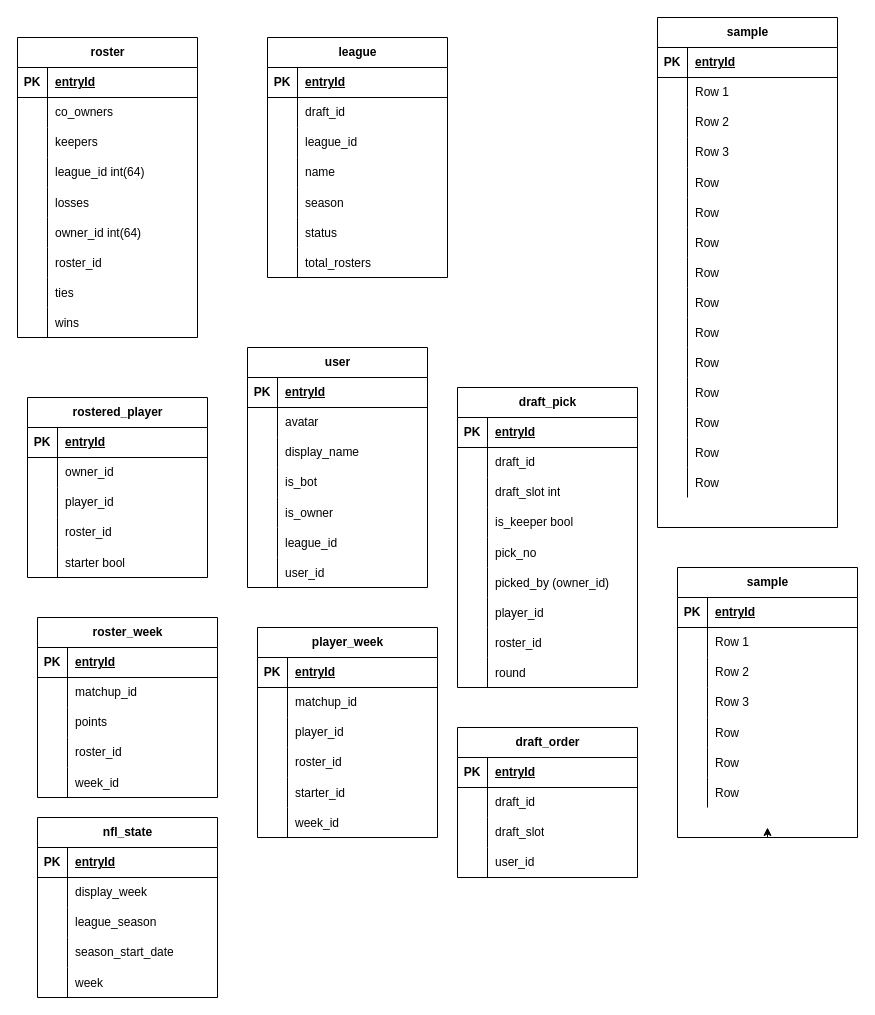
Above: page "Sleeper Data" (1 of 2) of ERM.drawio in AustinPuckett/SleeperPipeline (draw.io), before the change. Source tidied: cells renumbered, new cells numbered last; positions are measured from the earlier drawing's top-left corner, leaving out a move shared by most shapes. Both pictures are drawn from the tidied source at 100%, with x=0, y=0 at pixel (17, 17).
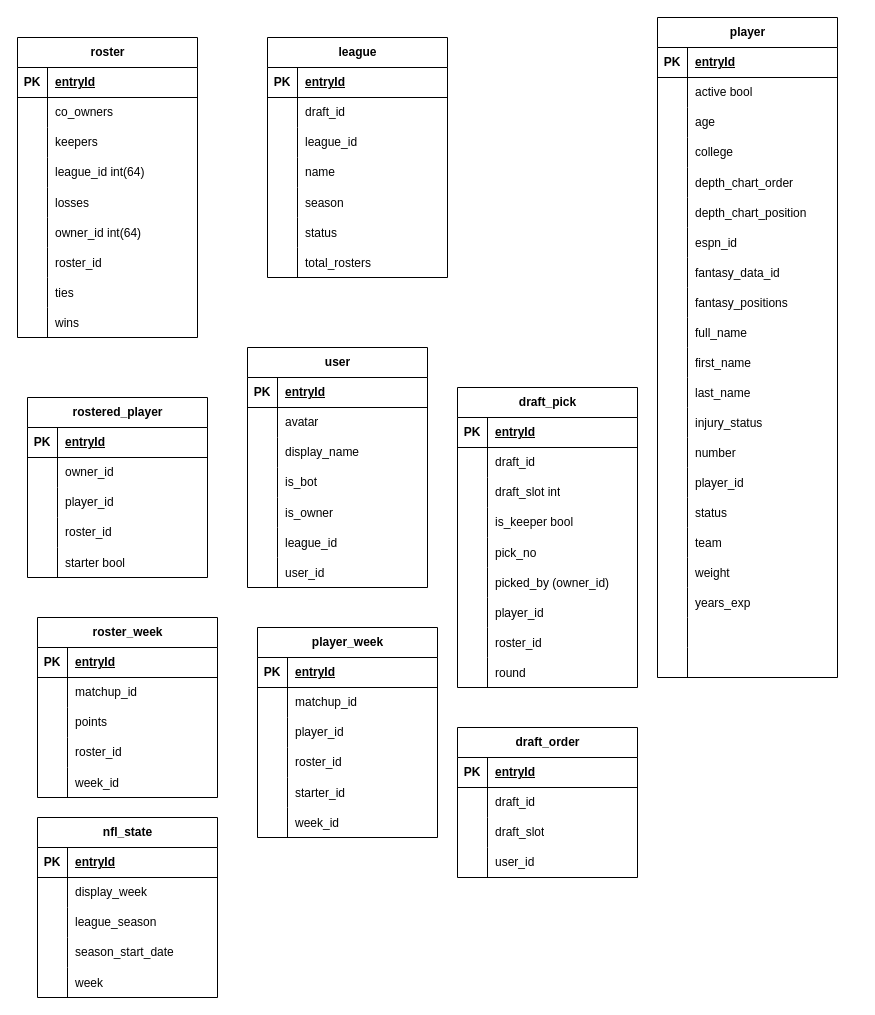
After the change.

The change refers to these unchanged cells:
```xml
<mxCell id="34" style="shape=tableRow;horizontal=0;startSize=0;swimlaneHead=0;swimlaneBody=0;fillColor=none;top=0;left=0;right=0;bottom=0;" parent="30" vertex="1">
  <mxGeometry y="60" width="180" height="30" as="geometry" />
</mxCell>
<mxCell id="37" style="shape=tableRow;horizontal=0;startSize=0;swimlaneHead=0;swimlaneBody=0;fillColor=none;top=0;left=0;right=0;bottom=0;" parent="30" vertex="1">
  <mxGeometry y="90" width="180" height="30" as="geometry" />
</mxCell>
<mxCell id="40" style="shape=tableRow;horizontal=0;startSize=0;swimlaneHead=0;swimlaneBody=0;fillColor=none;top=0;left=0;right=0;bottom=0;" parent="30" vertex="1">
  <mxGeometry y="120" width="180" height="30" as="geometry" />
</mxCell>
<mxCell id="43" style="shape=tableRow;horizontal=0;startSize=0;swimlaneHead=0;swimlaneBody=0;fillColor=none;top=0;left=0;right=0;bottom=0;" parent="30" vertex="1">
  <mxGeometry y="150" width="180" height="30" as="geometry" />
</mxCell>
<mxCell id="46" style="shape=tableRow;horizontal=0;startSize=0;swimlaneHead=0;swimlaneBody=0;fillColor=none;top=0;left=0;right=0;bottom=0;" parent="30" vertex="1">
  <mxGeometry y="180" width="180" height="30" as="geometry" />
</mxCell>
<mxCell id="49" style="shape=tableRow;horizontal=0;startSize=0;swimlaneHead=0;swimlaneBody=0;fillColor=none;top=0;left=0;right=0;bottom=0;" parent="30" vertex="1">
  <mxGeometry y="210" width="180" height="30" as="geometry" />
</mxCell>
<mxCell id="52" style="shape=tableRow;horizontal=0;startSize=0;swimlaneHead=0;swimlaneBody=0;fillColor=none;top=0;left=0;right=0;bottom=0;" parent="30" vertex="1">
  <mxGeometry y="240" width="180" height="30" as="geometry" />
</mxCell>
<mxCell id="55" style="shape=tableRow;horizontal=0;startSize=0;swimlaneHead=0;swimlaneBody=0;fillColor=none;top=0;left=0;right=0;bottom=0;" parent="30" vertex="1">
  <mxGeometry y="270" width="180" height="30" as="geometry" />
</mxCell>
<mxCell id="58" style="shape=tableRow;horizontal=0;startSize=0;swimlaneHead=0;swimlaneBody=0;fillColor=none;top=0;left=0;right=0;bottom=0;" parent="30" vertex="1">
  <mxGeometry y="300" width="180" height="30" as="geometry" />
</mxCell>
<mxCell id="61" style="shape=tableRow;horizontal=0;startSize=0;swimlaneHead=0;swimlaneBody=0;fillColor=none;top=0;left=0;right=0;bottom=0;" parent="30" vertex="1">
  <mxGeometry y="330" width="180" height="30" as="geometry" />
</mxCell>
<mxCell id="64" style="shape=tableRow;horizontal=0;startSize=0;swimlaneHead=0;swimlaneBody=0;fillColor=none;top=0;left=0;right=0;bottom=0;" parent="30" vertex="1">
  <mxGeometry y="360" width="180" height="30" as="geometry" />
</mxCell>
<mxCell id="67" style="shape=tableRow;horizontal=0;startSize=0;swimlaneHead=0;swimlaneBody=0;fillColor=none;top=0;left=0;right=0;bottom=0;" parent="30" vertex="1">
  <mxGeometry y="390" width="180" height="30" as="geometry" />
</mxCell>
<mxCell id="70" style="shape=tableRow;horizontal=0;startSize=0;swimlaneHead=0;swimlaneBody=0;fillColor=none;top=0;left=0;right=0;bottom=0;" parent="30" vertex="1">
  <mxGeometry y="420" width="180" height="30" as="geometry" />
</mxCell>
<mxCell id="73" style="shape=tableRow;horizontal=0;startSize=0;swimlaneHead=0;swimlaneBody=0;fillColor=none;top=0;left=0;right=0;bottom=0;" parent="30" vertex="1">
  <mxGeometry y="450" width="180" height="30" as="geometry" />
</mxCell>
```

Change to the diagram source:
```diff
@@
-    <mxCell id="30" value="sample" style="shape=table;startSize=30;childLayout=tableLayout;rowLines=0;fontStyle=1;align=center;html=1;" parent="1" vertex="1">
-      <mxGeometry x="640" width="180" height="510" as="geometry" />
+    <mxCell id="30" value="player" style="shape=table;startSize=30;childLayout=tableLayout;rowLines=0;fontStyle=1;align=center;html=1;" parent="1" vertex="1">
+      <mxGeometry x="640" width="180" height="660" as="geometry" />
     </mxCell>
@@
-    <mxCell id="36" value="Row 1" style="shape=partialRectangle;fillColor=none;top=0;left=0;bottom=0;right=0;align=left;spacingLeft=6;overflow=hidden;whiteSpace=wrap;html=1;" parent="34" vertex="1">
+    <mxCell id="36" value="active bool" style="shape=partialRectangle;fillColor=none;top=0;left=0;bottom=0;right=0;align=left;spacingLeft=6;overflow=hidden;whiteSpace=wrap;html=1;" parent="34" vertex="1">
       <mxGeometry x="30" width="150" height="30" as="geometry" />
     </mxCell>
@@
-    <mxCell id="39" value="Row 2" style="shape=partialRectangle;fillColor=none;top=0;left=0;bottom=0;right=0;align=left;spacingLeft=6;overflow=hidden;whiteSpace=wrap;html=1;" parent="37" vertex="1">
+    <mxCell id="39" value="age" style="shape=partialRectangle;fillColor=none;top=0;left=0;bottom=0;right=0;align=left;spacingLeft=6;overflow=hidden;whiteSpace=wrap;html=1;" parent="37" vertex="1">
       <mxGeometry x="30" width="150" height="30" as="geometry" />
     </mxCell>
@@
-    <mxCell id="42" value="Row 3" style="shape=partialRectangle;fillColor=none;top=0;left=0;bottom=0;right=0;align=left;spacingLeft=6;overflow=hidden;whiteSpace=wrap;html=1;" parent="40" vertex="1">
+    <mxCell id="42" value="college" style="shape=partialRectangle;fillColor=none;top=0;left=0;bottom=0;right=0;align=left;spacingLeft=6;overflow=hidden;whiteSpace=wrap;html=1;" parent="40" vertex="1">
       <mxGeometry x="30" width="150" height="30" as="geometry" />
     </mxCell>
@@
-    <mxCell id="45" value="Row" style="shape=partialRectangle;fillColor=none;top=0;left=0;bottom=0;right=0;align=left;spacingLeft=6;overflow=hidden;" parent="43" vertex="1">
+    <mxCell id="45" value="depth_chart_order" style="shape=partialRectangle;fillColor=none;top=0;left=0;bottom=0;right=0;align=left;spacingLeft=6;overflow=hidden;" parent="43" vertex="1">
       <mxGeometry x="30" width="150" height="30" as="geometry" />
     </mxCell>
@@
-    <mxCell id="48" value="Row" style="shape=partialRectangle;fillColor=none;top=0;left=0;bottom=0;right=0;align=left;spacingLeft=6;overflow=hidden;" parent="46" vertex="1">
+    <mxCell id="48" value="depth_chart_position" style="shape=partialRectangle;fillColor=none;top=0;left=0;bottom=0;right=0;align=left;spacingLeft=6;overflow=hidden;" parent="46" vertex="1">
       <mxGeometry x="30" width="150" height="30" as="geometry" />
     </mxCell>
@@
-    <mxCell id="51" value="Row" style="shape=partialRectangle;fillColor=none;top=0;left=0;bottom=0;right=0;align=left;spacingLeft=6;overflow=hidden;" parent="49" vertex="1">
+    <mxCell id="51" value="espn_id" style="shape=partialRectangle;fillColor=none;top=0;left=0;bottom=0;right=0;align=left;spacingLeft=6;overflow=hidden;" parent="49" vertex="1">
       <mxGeometry x="30" width="150" height="30" as="geometry" />
     </mxCell>
@@
-    <mxCell id="54" value="Row" style="shape=partialRectangle;fillColor=none;top=0;left=0;bottom=0;right=0;align=left;spacingLeft=6;overflow=hidden;" parent="52" vertex="1">
+    <mxCell id="54" value="fantasy_data_id" style="shape=partialRectangle;fillColor=none;top=0;left=0;bottom=0;right=0;align=left;spacingLeft=6;overflow=hidden;" parent="52" vertex="1">
       <mxGeometry x="30" width="150" height="30" as="geometry" />
     </mxCell>
@@
-    <mxCell id="57" value="Row" style="shape=partialRectangle;fillColor=none;top=0;left=0;bottom=0;right=0;align=left;spacingLeft=6;overflow=hidden;" parent="55" vertex="1">
+    <mxCell id="57" value="fantasy_positions" style="shape=partialRectangle;fillColor=none;top=0;left=0;bottom=0;right=0;align=left;spacingLeft=6;overflow=hidden;" parent="55" vertex="1">
       <mxGeometry x="30" width="150" height="30" as="geometry" />
     </mxCell>
@@
-    <mxCell id="60" value="Row" style="shape=partialRectangle;fillColor=none;top=0;left=0;bottom=0;right=0;align=left;spacingLeft=6;overflow=hidden;" parent="58" vertex="1">
+    <mxCell id="60" value="full_name" style="shape=partialRectangle;fillColor=none;top=0;left=0;bottom=0;right=0;align=left;spacingLeft=6;overflow=hidden;" parent="58" vertex="1">
       <mxGeometry x="30" width="150" height="30" as="geometry" />
     </mxCell>
@@
-    <mxCell id="63" value="Row" style="shape=partialRectangle;fillColor=none;top=0;left=0;bottom=0;right=0;align=left;spacingLeft=6;overflow=hidden;" parent="61" vertex="1">
+    <mxCell id="63" value="first_name" style="shape=partialRectangle;fillColor=none;top=0;left=0;bottom=0;right=0;align=left;spacingLeft=6;overflow=hidden;" parent="61" vertex="1">
       <mxGeometry x="30" width="150" height="30" as="geometry" />
     </mxCell>
@@
-    <mxCell id="66" value="Row" style="shape=partialRectangle;fillColor=none;top=0;left=0;bottom=0;right=0;align=left;spacingLeft=6;overflow=hidden;" parent="64" vertex="1">
+    <mxCell id="66" value="last_name" style="shape=partialRectangle;fillColor=none;top=0;left=0;bottom=0;right=0;align=left;spacingLeft=6;overflow=hidden;" parent="64" vertex="1">
       <mxGeometry x="30" width="150" height="30" as="geometry" />
     </mxCell>
@@
-    <mxCell id="69" value="Row" style="shape=partialRectangle;fillColor=none;top=0;left=0;bottom=0;right=0;align=left;spacingLeft=6;overflow=hidden;" parent="67" vertex="1">
+    <mxCell id="69" value="injury_status" style="shape=partialRectangle;fillColor=none;top=0;left=0;bottom=0;right=0;align=left;spacingLeft=6;overflow=hidden;" parent="67" vertex="1">
       <mxGeometry x="30" width="150" height="30" as="geometry" />
     </mxCell>
@@
-    <mxCell id="72" value="Row" style="shape=partialRectangle;fillColor=none;top=0;left=0;bottom=0;right=0;align=left;spacingLeft=6;overflow=hidden;" parent="70" vertex="1">
+    <mxCell id="72" value="number" style="shape=partialRectangle;fillColor=none;top=0;left=0;bottom=0;right=0;align=left;spacingLeft=6;overflow=hidden;" parent="70" vertex="1">
       <mxGeometry x="30" width="150" height="30" as="geometry" />
     </mxCell>
@@
-    <mxCell id="75" value="Row" style="shape=partialRectangle;fillColor=none;top=0;left=0;bottom=0;right=0;align=left;spacingLeft=6;overflow=hidden;" parent="73" vertex="1">
+    <mxCell id="75" value="player_id" style="shape=partialRectangle;fillColor=none;top=0;left=0;bottom=0;right=0;align=left;spacingLeft=6;overflow=hidden;" parent="73" vertex="1">
       <mxGeometry x="30" width="150" height="30" as="geometry" />
     </mxCell>
+    <mxCell id="251" style="shape=tableRow;horizontal=0;startSize=0;swimlaneHead=0;swimlaneBody=0;fillColor=none;top=0;left=0;right=0;bottom=0;" parent="30" vertex="1">
+      <mxGeometry y="480" width="180" height="30" as="geometry" />
+    </mxCell>
+    <mxCell id="252" style="shape=partialRectangle;fillColor=none;top=0;left=0;bottom=0;right=0;overflow=hidden;" parent="251" vertex="1">
+      <mxGeometry width="30" height="30" as="geometry" />
+    </mxCell>
+    <mxCell id="253" value="status" style="shape=partialRectangle;fillColor=none;top=0;left=0;bottom=0;right=0;align=left;spacingLeft=6;overflow=hidden;" parent="251" vertex="1">
+      <mxGeometry x="30" width="150" height="30" as="geometry" />
+    </mxCell>
+    <mxCell id="254" style="shape=tableRow;horizontal=0;startSize=0;swimlaneHead=0;swimlaneBody=0;fillColor=none;top=0;left=0;right=0;bottom=0;" parent="30" vertex="1">
+      <mxGeometry y="510" width="180" height="30" as="geometry" />
+    </mxCell>
+    <mxCell id="255" style="shape=partialRectangle;fillColor=none;top=0;left=0;bottom=0;right=0;overflow=hidden;" parent="254" vertex="1">
+      <mxGeometry width="30" height="30" as="geometry" />
+    </mxCell>
+    <mxCell id="256" value="team" style="shape=partialRectangle;fillColor=none;top=0;left=0;bottom=0;right=0;align=left;spacingLeft=6;overflow=hidden;" parent="254" vertex="1">
+      <mxGeometry x="30" width="150" height="30" as="geometry" />
+    </mxCell>
+    <mxCell id="257" style="shape=tableRow;horizontal=0;startSize=0;swimlaneHead=0;swimlaneBody=0;fillColor=none;top=0;left=0;right=0;bottom=0;" parent="30" vertex="1">
+      <mxGeometry y="540" width="180" height="30" as="geometry" />
+    </mxCell>
+    <mxCell id="258" style="shape=partialRectangle;fillColor=none;top=0;left=0;bottom=0;right=0;overflow=hidden;" parent="257" vertex="1">
+      <mxGeometry width="30" height="30" as="geometry" />
+    </mxCell>
+    <mxCell id="259" value="weight" style="shape=partialRectangle;fillColor=none;top=0;left=0;bottom=0;right=0;align=left;spacingLeft=6;overflow=hidden;" parent="257" vertex="1">
+      <mxGeometry x="30" width="150" height="30" as="geometry" />
+    </mxCell>
+    <mxCell id="260" style="shape=tableRow;horizontal=0;startSize=0;swimlaneHead=0;swimlaneBody=0;fillColor=none;top=0;left=0;right=0;bottom=0;" parent="30" vertex="1">
+      <mxGeometry y="570" width="180" height="30" as="geometry" />
+    </mxCell>
+    <mxCell id="261" style="shape=partialRectangle;fillColor=none;top=0;left=0;bottom=0;right=0;overflow=hidden;" parent="260" vertex="1">
+      <mxGeometry width="30" height="30" as="geometry" />
+    </mxCell>
+    <mxCell id="262" value="years_exp" style="shape=partialRectangle;fillColor=none;top=0;left=0;bottom=0;right=0;align=left;spacingLeft=6;overflow=hidden;" parent="260" vertex="1">
+      <mxGeometry x="30" width="150" height="30" as="geometry" />
+    </mxCell>
+    <mxCell id="263" style="shape=tableRow;horizontal=0;startSize=0;swimlaneHead=0;swimlaneBody=0;fillColor=none;top=0;left=0;right=0;bottom=0;" parent="30" vertex="1">
+      <mxGeometry y="600" width="180" height="30" as="geometry" />
+    </mxCell>
+    <mxCell id="264" style="shape=partialRectangle;fillColor=none;top=0;left=0;bottom=0;right=0;overflow=hidden;" parent="263" vertex="1">
+      <mxGeometry width="30" height="30" as="geometry" />
+    </mxCell>
+    <mxCell id="265" style="shape=partialRectangle;fillColor=none;top=0;left=0;bottom=0;right=0;align=left;spacingLeft=6;overflow=hidden;" parent="263" vertex="1">
+      <mxGeometry x="30" width="150" height="30" as="geometry" />
+    </mxCell>
+    <mxCell id="266" style="shape=tableRow;horizontal=0;startSize=0;swimlaneHead=0;swimlaneBody=0;fillColor=none;top=0;left=0;right=0;bottom=0;" parent="30" vertex="1">
+      <mxGeometry y="630" width="180" height="30" as="geometry" />
+    </mxCell>
+    <mxCell id="267" style="shape=partialRectangle;fillColor=none;top=0;left=0;bottom=0;right=0;overflow=hidden;" parent="266" vertex="1">
+      <mxGeometry width="30" height="30" as="geometry" />
+    </mxCell>
+    <mxCell id="268" style="shape=partialRectangle;fillColor=none;top=0;left=0;bottom=0;right=0;align=left;spacingLeft=6;overflow=hidden;" parent="266" vertex="1">
+      <mxGeometry x="30" width="150" height="30" as="geometry" />
+    </mxCell>
@@
-    <mxCell id="164" style="edgeStyle=orthogonalEdgeStyle;rounded=0;jettySize=auto;html=1;exitX=0.5;exitY=1;exitDx=0;exitDy=0;" parent="1" edge="1" source="165">
-      <mxGeometry relative="1" as="geometry">
-        <mxPoint x="750" y="810" as="targetPoint" />
-      </mxGeometry>
-    </mxCell>
-    <mxCell id="165" value="sample" style="shape=table;startSize=30;childLayout=tableLayout;rowLines=0;fontStyle=1;align=center;html=1;" parent="1" vertex="1">
-      <mxGeometry x="660" y="550" width="180" height="270" as="geometry" />
-    </mxCell>
-    <mxCell id="166" style="shape=tableRow;horizontal=0;startSize=0;swimlaneHead=0;swimlaneBody=0;fillColor=none;top=0;left=0;right=0;bottom=1;" parent="165" vertex="1">
-      <mxGeometry y="30" width="180" height="30" as="geometry" />
-    </mxCell>
-    <mxCell id="167" value="PK" style="shape=partialRectangle;fillColor=none;top=0;left=0;bottom=0;right=0;fontStyle=1;overflow=hidden;whiteSpace=wrap;html=1;" parent="166" vertex="1">
-      <mxGeometry width="30" height="30" as="geometry" />
-    </mxCell>
-    <mxCell id="168" value="entryId" style="shape=partialRectangle;fillColor=none;top=0;left=0;bottom=0;right=0;align=left;spacingLeft=6;fontStyle=5;overflow=hidden;whiteSpace=wrap;html=1;" parent="166" vertex="1">
-      <mxGeometry x="30" width="150" height="30" as="geometry" />
-    </mxCell>
-    <mxCell id="169" style="shape=tableRow;horizontal=0;startSize=0;swimlaneHead=0;swimlaneBody=0;fillColor=none;top=0;left=0;right=0;bottom=0;" parent="165" vertex="1">
-      <mxGeometry y="60" width="180" height="30" as="geometry" />
-    </mxCell>
-    <mxCell id="170" style="shape=partialRectangle;fillColor=none;top=0;left=0;bottom=0;right=0;overflow=hidden;whiteSpace=wrap;html=1;" parent="169" vertex="1">
-      <mxGeometry width="30" height="30" as="geometry" />
-    </mxCell>
-    <mxCell id="171" value="Row 1" style="shape=partialRectangle;fillColor=none;top=0;left=0;bottom=0;right=0;align=left;spacingLeft=6;overflow=hidden;whiteSpace=wrap;html=1;" parent="169" vertex="1">
-      <mxGeometry x="30" width="150" height="30" as="geometry" />
-    </mxCell>
-    <mxCell id="172" style="shape=tableRow;horizontal=0;startSize=0;swimlaneHead=0;swimlaneBody=0;fillColor=none;top=0;left=0;right=0;bottom=0;" parent="165" vertex="1">
-      <mxGeometry y="90" width="180" height="30" as="geometry" />
-    </mxCell>
-    <mxCell id="173" style="shape=partialRectangle;fillColor=none;top=0;left=0;bottom=0;right=0;overflow=hidden;whiteSpace=wrap;html=1;" parent="172" vertex="1">
-      <mxGeometry width="30" height="30" as="geometry" />
-    </mxCell>
-    <mxCell id="174" value="Row 2" style="shape=partialRectangle;fillColor=none;top=0;left=0;bottom=0;right=0;align=left;spacingLeft=6;overflow=hidden;whiteSpace=wrap;html=1;" parent="172" vertex="1">
-      <mxGeometry x="30" width="150" height="30" as="geometry" />
-    </mxCell>
-    <mxCell id="175" style="shape=tableRow;horizontal=0;startSize=0;swimlaneHead=0;swimlaneBody=0;fillColor=none;top=0;left=0;right=0;bottom=0;" parent="165" vertex="1">
-      <mxGeometry y="120" width="180" height="30" as="geometry" />
-    </mxCell>
-    <mxCell id="176" style="shape=partialRectangle;fillColor=none;top=0;left=0;bottom=0;right=0;overflow=hidden;whiteSpace=wrap;html=1;" parent="175" vertex="1">
-      <mxGeometry width="30" height="30" as="geometry" />
-    </mxCell>
-    <mxCell id="177" value="Row 3" style="shape=partialRectangle;fillColor=none;top=0;left=0;bottom=0;right=0;align=left;spacingLeft=6;overflow=hidden;whiteSpace=wrap;html=1;" parent="175" vertex="1">
-      <mxGeometry x="30" width="150" height="30" as="geometry" />
-    </mxCell>
-    <mxCell id="178" style="shape=tableRow;horizontal=0;startSize=0;swimlaneHead=0;swimlaneBody=0;fillColor=none;top=0;left=0;right=0;bottom=0;" parent="165" vertex="1">
-      <mxGeometry y="150" width="180" height="30" as="geometry" />
-    </mxCell>
-    <mxCell id="179" style="shape=partialRectangle;fillColor=none;top=0;left=0;bottom=0;right=0;overflow=hidden;" parent="178" vertex="1">
-      <mxGeometry width="30" height="30" as="geometry" />
-    </mxCell>
-    <mxCell id="180" value="Row" style="shape=partialRectangle;fillColor=none;top=0;left=0;bottom=0;right=0;align=left;spacingLeft=6;overflow=hidden;" parent="178" vertex="1">
-      <mxGeometry x="30" width="150" height="30" as="geometry" />
-    </mxCell>
-    <mxCell id="181" style="shape=tableRow;horizontal=0;startSize=0;swimlaneHead=0;swimlaneBody=0;fillColor=none;top=0;left=0;right=0;bottom=0;" parent="165" vertex="1">
-      <mxGeometry y="180" width="180" height="30" as="geometry" />
-    </mxCell>
-    <mxCell id="182" style="shape=partialRectangle;fillColor=none;top=0;left=0;bottom=0;right=0;overflow=hidden;" parent="181" vertex="1">
-      <mxGeometry width="30" height="30" as="geometry" />
-    </mxCell>
-    <mxCell id="183" value="Row" style="shape=partialRectangle;fillColor=none;top=0;left=0;bottom=0;right=0;align=left;spacingLeft=6;overflow=hidden;" parent="181" vertex="1">
-      <mxGeometry x="30" width="150" height="30" as="geometry" />
-    </mxCell>
-    <mxCell id="184" style="shape=tableRow;horizontal=0;startSize=0;swimlaneHead=0;swimlaneBody=0;fillColor=none;top=0;left=0;right=0;bottom=0;" parent="165" vertex="1">
-      <mxGeometry y="210" width="180" height="30" as="geometry" />
-    </mxCell>
-    <mxCell id="185" style="shape=partialRectangle;fillColor=none;top=0;left=0;bottom=0;right=0;overflow=hidden;" parent="184" vertex="1">
-      <mxGeometry width="30" height="30" as="geometry" />
-    </mxCell>
-    <mxCell id="186" value="Row" style="shape=partialRectangle;fillColor=none;top=0;left=0;bottom=0;right=0;align=left;spacingLeft=6;overflow=hidden;" parent="184" vertex="1">
-      <mxGeometry x="30" width="150" height="30" as="geometry" />
-    </mxCell>
```
